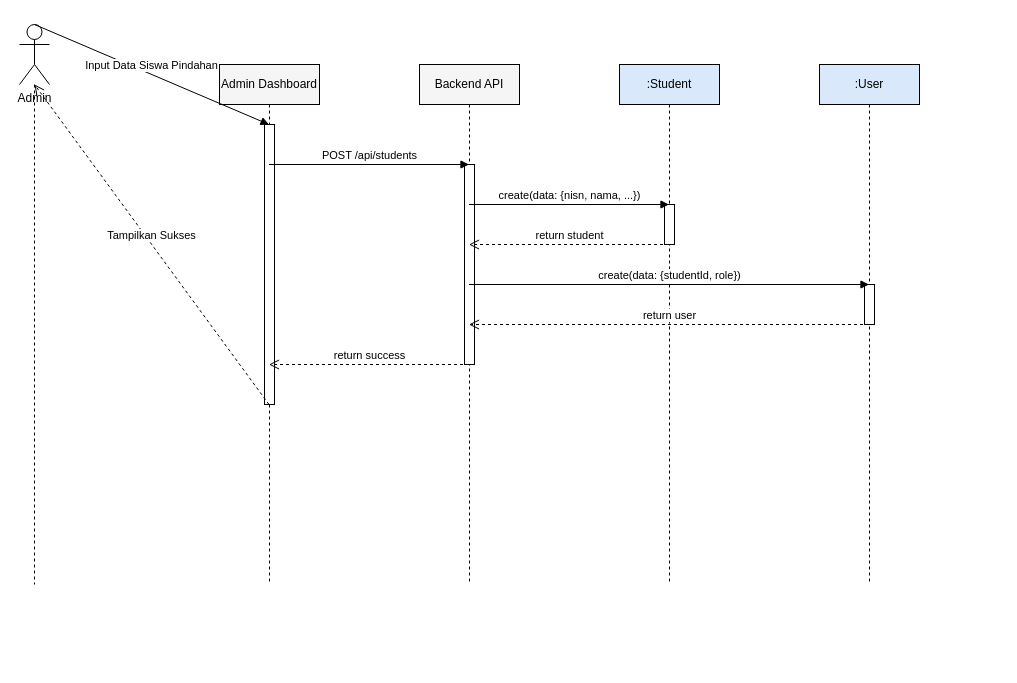
The draw.io diagram docs/sequence_admin_add_student.drawio in muhammaddzaki123/adminkassmpit, before the edit. Source tidied: cells renumbered, new cells numbered last; positions are measured from the earlier drawing's top-left corner, leaving out a move shared by most shapes. Both pictures are drawn from the tidied source at 100%, with x=0, y=0 at pixel (19, 24).
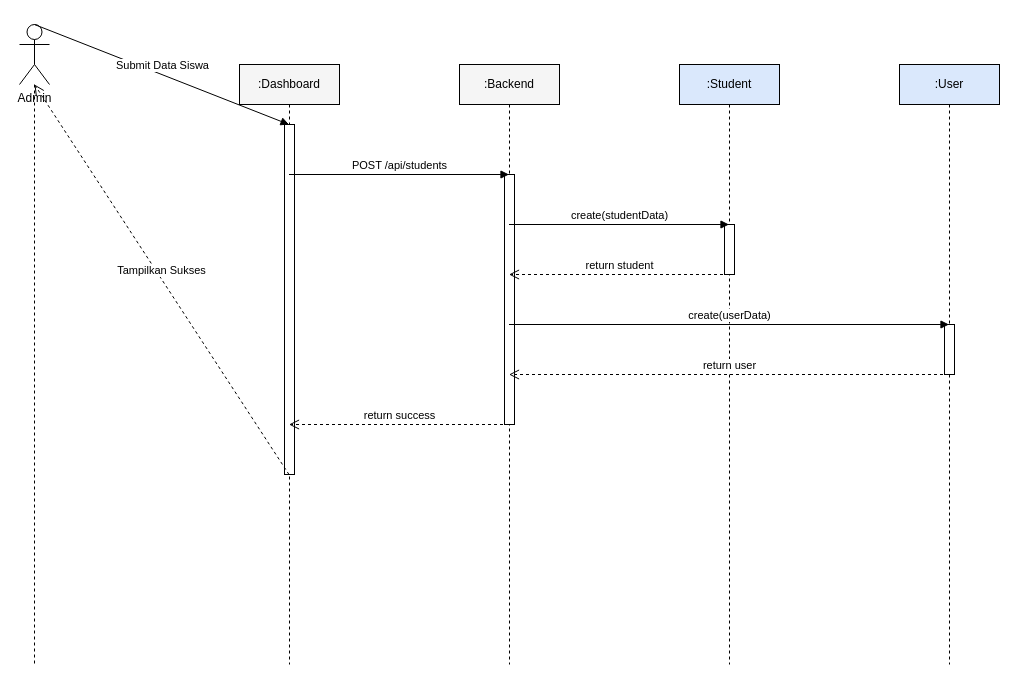
The same page after the edit.

The change refers to these unchanged cells:
```xml
<mxCell id="2" value="Admin" style="shape=umlActor;verticalLabelPosition=bottom;verticalAlign=top;html=1;outlineConnect=0;" parent="1" vertex="1">
  <mxGeometry width="30" height="60" as="geometry" />
</mxCell>
```

The edit, as a diff of the source:
```diff
@@
     <mxCell id="3" style="endArrow=none;dashed=1;html=1;" parent="1" edge="1" source="2">
       <mxGeometry relative="1" as="geometry">
-        <mxPoint x="15" y="560" as="targetPoint" />
+        <mxPoint x="15" y="640" as="targetPoint" />
       </mxGeometry>
     </mxCell>
-    <mxCell id="4" value="Admin Dashboard" style="shape=umlLifeline;perimeter=lifelinePerimeter;whiteSpace=wrap;html=1;outlineConnect=0;fillColor=#f5f5f5;" parent="1" vertex="1">
-      <mxGeometry x="200" y="40" width="100" height="520" as="geometry" />
+    <mxCell id="4" value=":Dashboard" style="shape=umlLifeline;perimeter=lifelinePerimeter;whiteSpace=wrap;html=1;outlineConnect=0;fillColor=#f5f5f5;" parent="1" vertex="1">
+      <mxGeometry x="220" y="40" width="100" height="600" as="geometry" />
     </mxCell>
-    <mxCell id="5" value="Backend API" style="shape=umlLifeline;perimeter=lifelinePerimeter;whiteSpace=wrap;html=1;outlineConnect=0;fillColor=#f5f5f5;" parent="1" vertex="1">
-      <mxGeometry x="400" y="40" width="100" height="520" as="geometry" />
+    <mxCell id="5" value=":Backend" style="shape=umlLifeline;perimeter=lifelinePerimeter;whiteSpace=wrap;html=1;outlineConnect=0;fillColor=#f5f5f5;" parent="1" vertex="1">
+      <mxGeometry x="440" y="40" width="100" height="600" as="geometry" />
     </mxCell>
     <mxCell id="6" value=":Student" style="shape=umlLifeline;perimeter=lifelinePerimeter;whiteSpace=wrap;html=1;outlineConnect=0;fillColor=#dae8fc;" parent="1" vertex="1">
-      <mxGeometry x="600" y="40" width="100" height="520" as="geometry" />
+      <mxGeometry x="660" y="40" width="100" height="600" as="geometry" />
     </mxCell>
     <mxCell id="7" value=":User" style="shape=umlLifeline;perimeter=lifelinePerimeter;whiteSpace=wrap;html=1;outlineConnect=0;fillColor=#dae8fc;" parent="1" vertex="1">
-      <mxGeometry x="800" y="40" width="100" height="520" as="geometry" />
+      <mxGeometry x="880" y="40" width="100" height="600" as="geometry" />
     </mxCell>
     <mxCell id="8" style="html=1;perimeter=orthogonalPerimeter;fillColor=#FFFFFF;strokeColor=#000000;" parent="1" vertex="1">
-      <mxGeometry x="645" y="180" width="10" height="40" as="geometry" />
+      <mxGeometry x="705" y="200" width="10" height="50" as="geometry" />
     </mxCell>
     <mxCell id="9" style="html=1;perimeter=orthogonalPerimeter;fillColor=#FFFFFF;strokeColor=#000000;" parent="1" vertex="1">
-      <mxGeometry x="845" y="260" width="10" height="40" as="geometry" />
+      <mxGeometry x="925" y="300" width="10" height="50" as="geometry" />
     </mxCell>
     <mxCell id="10" style="html=1;perimeter=orthogonalPerimeter;fillColor=#FFFFFF;strokeColor=#000000;" parent="1" vertex="1">
-      <mxGeometry x="445" y="140" width="10" height="200" as="geometry" />
+      <mxGeometry x="485" y="150" width="10" height="250" as="geometry" />
     </mxCell>
     <mxCell id="11" style="html=1;perimeter=orthogonalPerimeter;fillColor=#FFFFFF;strokeColor=#000000;" parent="1" vertex="1">
-      <mxGeometry x="245" y="100" width="10" height="280" as="geometry" />
+      <mxGeometry x="265" y="100" width="10" height="350" as="geometry" />
     </mxCell>
-    <mxCell id="12" value="Input Data Siswa Pindahan" style="html=1;verticalAlign=bottom;endArrow=block;rounded=0;entryX=0.5;entryY=0.11538461538461539;exitX=0.5;exitY=0.11538461538461539;" parent="1" edge="1" source="2" target="4">
+    <mxCell id="12" value="Submit Data Siswa" style="html=1;verticalAlign=bottom;endArrow=block;rounded=0;entryX=0.5;entryY=0.1;exitX=0.5;exitY=0.1;" parent="1" edge="1" source="2" target="4">
       <mxGeometry relative="1" as="geometry" />
     </mxCell>
-    <mxCell id="13" value="POST /api/students" style="html=1;verticalAlign=bottom;endArrow=block;rounded=0;entryX=0.5;entryY=0.19230769230769232;exitX=0.5;exitY=0.19230769230769232;" parent="1" edge="1" source="4" target="5">
+    <mxCell id="13" value="POST /api/students" style="html=1;verticalAlign=bottom;endArrow=block;rounded=0;entryX=0.5;entryY=0.18333333333333332;exitX=0.5;exitY=0.18333333333333332;" parent="1" edge="1" source="4" target="5">
       <mxGeometry relative="1" as="geometry" />
     </mxCell>
-    <mxCell id="14" value="create(data: {nisn, nama, ...})" style="html=1;verticalAlign=bottom;endArrow=block;rounded=0;entryX=0.5;entryY=0.2692307692307692;exitX=0.5;exitY=0.2692307692307692;" parent="1" edge="1" source="5" target="6">
+    <mxCell id="14" value="create(studentData)" style="html=1;verticalAlign=bottom;endArrow=block;rounded=0;entryX=0.5;entryY=0.26666666666666666;exitX=0.5;exitY=0.26666666666666666;" parent="1" edge="1" source="5" target="6">
       <mxGeometry relative="1" as="geometry" />
     </mxCell>
-    <mxCell id="15" value="return student" style="html=1;verticalAlign=bottom;endArrow=open;dashed=1;endSize=8;rounded=0;entryX=0.5;entryY=0.34615384615384615;exitX=0.5;exitY=0.34615384615384615;" parent="1" edge="1" source="6" target="5">
+    <mxCell id="15" value="return student" style="html=1;verticalAlign=bottom;endArrow=open;dashed=1;endSize=8;rounded=0;entryX=0.5;entryY=0.35;exitX=0.5;exitY=0.35;" parent="1" edge="1" source="6" target="5">
       <mxGeometry relative="1" as="geometry" />
     </mxCell>
-    <mxCell id="16" value="create(data: {studentId, role})" style="html=1;verticalAlign=bottom;endArrow=block;rounded=0;entryX=0.5;entryY=0.4230769230769231;exitX=0.5;exitY=0.4230769230769231;" parent="1" edge="1" source="5" target="7">
+    <mxCell id="16" value="create(userData)" style="html=1;verticalAlign=bottom;endArrow=block;rounded=0;entryX=0.5;entryY=0.43333333333333335;exitX=0.5;exitY=0.43333333333333335;" parent="1" edge="1" source="5" target="7">
       <mxGeometry relative="1" as="geometry" />
     </mxCell>
-    <mxCell id="17" value="return user" style="html=1;verticalAlign=bottom;endArrow=open;dashed=1;endSize=8;rounded=0;entryX=0.5;entryY=0.5;exitX=0.5;exitY=0.5;" parent="1" edge="1" source="7" target="5">
+    <mxCell id="17" value="return user" style="html=1;verticalAlign=bottom;endArrow=open;dashed=1;endSize=8;rounded=0;entryX=0.5;entryY=0.5166666666666667;exitX=0.5;exitY=0.5166666666666667;" parent="1" edge="1" source="7" target="5">
       <mxGeometry relative="1" as="geometry" />
     </mxCell>
-    <mxCell id="18" value="return success" style="html=1;verticalAlign=bottom;endArrow=open;dashed=1;endSize=8;rounded=0;entryX=0.5;entryY=0.5769230769230769;exitX=0.5;exitY=0.5769230769230769;" parent="1" edge="1" source="5" target="4">
+    <mxCell id="18" value="return success" style="html=1;verticalAlign=bottom;endArrow=open;dashed=1;endSize=8;rounded=0;entryX=0.5;entryY=0.6;exitX=0.5;exitY=0.6;" parent="1" edge="1" source="5" target="4">
       <mxGeometry relative="1" as="geometry" />
     </mxCell>
-    <mxCell id="19" value="Tampilkan Sukses" style="html=1;verticalAlign=bottom;endArrow=open;dashed=1;endSize=8;rounded=0;entryX=0.5;entryY=0.6538461538461539;exitX=0.5;exitY=0.6538461538461539;" parent="1" edge="1" source="4" target="2">
+    <mxCell id="19" value="Tampilkan Sukses" style="html=1;verticalAlign=bottom;endArrow=open;dashed=1;endSize=8;rounded=0;entryX=0.5;entryY=0.6833333333333333;exitX=0.5;exitY=0.6833333333333333;" parent="1" edge="1" source="4" target="2">
       <mxGeometry relative="1" as="geometry" />
     </mxCell>
```
